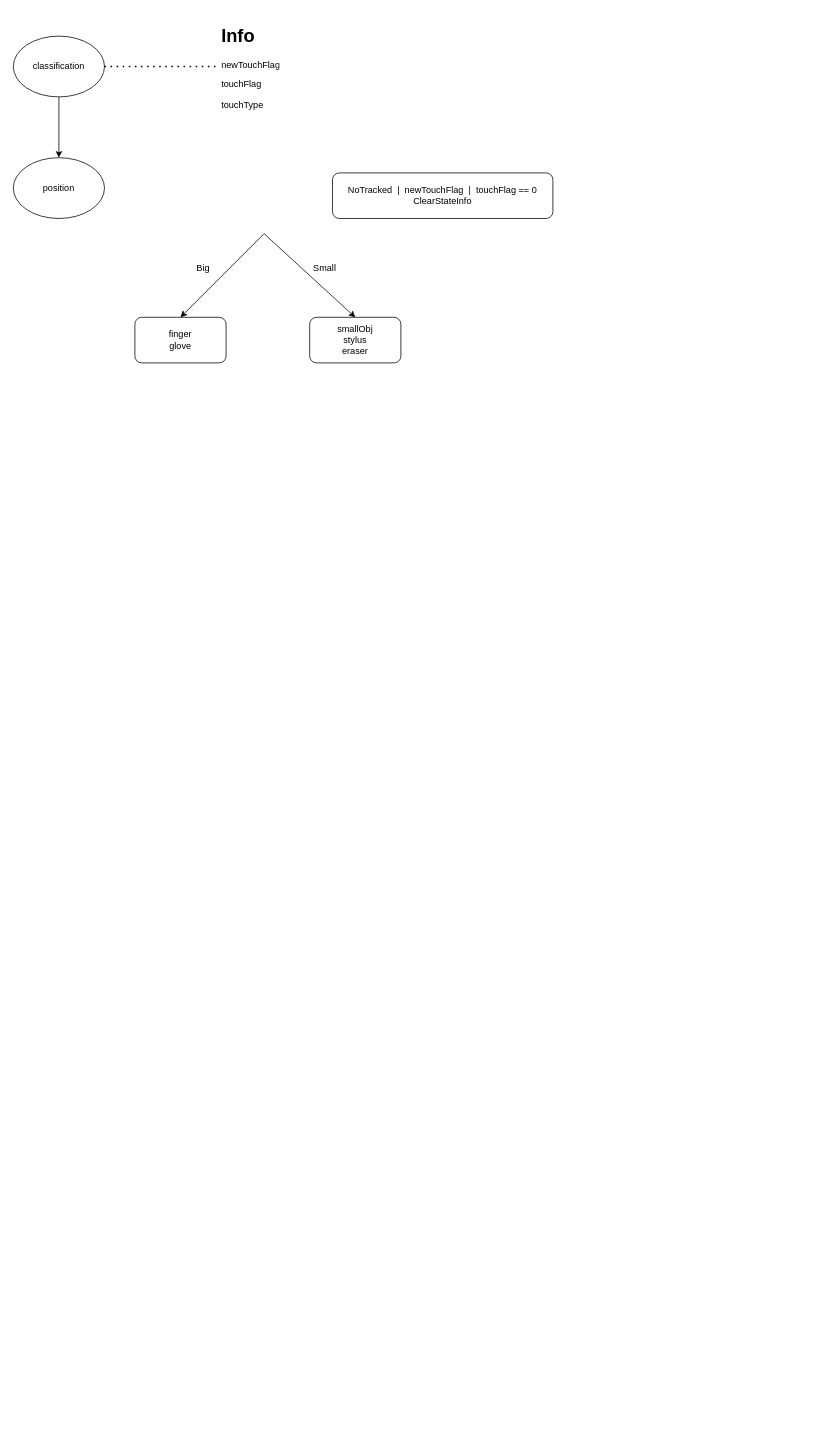
The draw.io diagram CalPostion.drawio in JokerYangJunjie/Hello-World, before the edit. Source tidied: cells renumbered, new cells numbered last; positions are measured from the earlier drawing's top-left corner, leaving out a move shared by most shapes. Both pictures are drawn from the tidied source at 76%, with x=0, y=0 at pixel (13, 21).
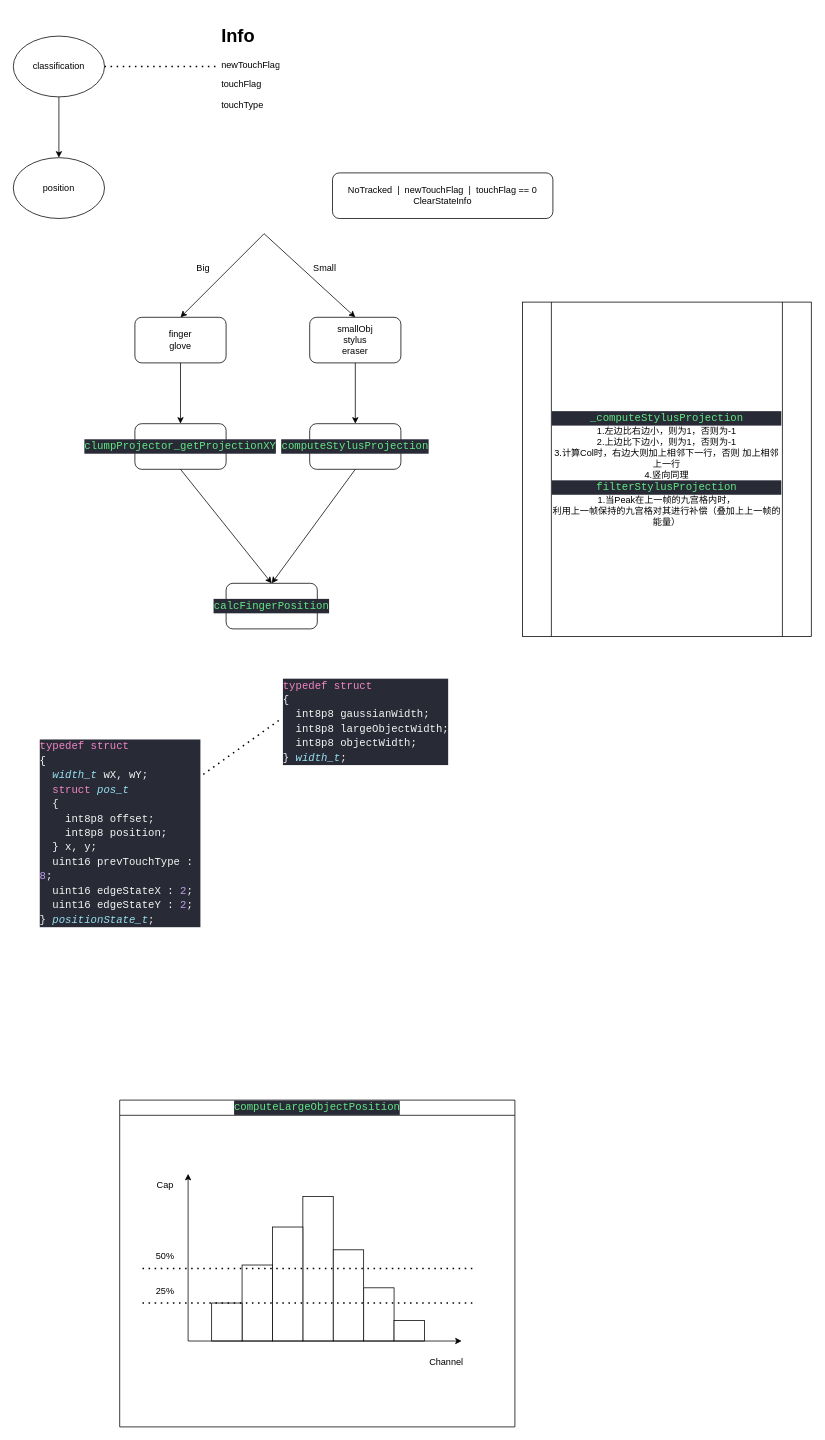
After the change.

The change refers to these unchanged cells:
```xml
<mxCell id="8" value="finger&lt;br&gt;glove" style="rounded=1;whiteSpace=wrap;html=1;" parent="1" vertex="1">
  <mxGeometry x="160" y="390" width="120" height="60" as="geometry" />
</mxCell>
<mxCell id="9" value="smallObj&lt;br&gt;stylus&lt;br&gt;eraser" style="rounded=1;whiteSpace=wrap;html=1;" parent="1" vertex="1">
  <mxGeometry x="390" y="390" width="120" height="60" as="geometry" />
</mxCell>
```

What changed in the source:
```diff
@@
+    <mxCell id="14" value="&lt;div style=&quot;color: rgb(246, 246, 244); background-color: rgb(40, 42, 54); font-family: Consolas, &amp;quot;Courier New&amp;quot;, monospace; font-size: 14px; line-height: 19px;&quot;&gt;&lt;span style=&quot;color: #62e884;&quot;&gt;clumpProjector_getProjectionXY&lt;/span&gt;&lt;/div&gt;" style="rounded=1;whiteSpace=wrap;html=1;" parent="1" vertex="1">
+      <mxGeometry x="160" y="530" width="120" height="60" as="geometry" />
+    </mxCell>
+    <mxCell id="15" value="&lt;div style=&quot;color: rgb(246, 246, 244); background-color: rgb(40, 42, 54); font-family: Consolas, &amp;quot;Courier New&amp;quot;, monospace; font-size: 14px; line-height: 19px;&quot;&gt;&lt;span style=&quot;color: #62e884;&quot;&gt;computeStylusProjection&lt;/span&gt;&lt;/div&gt;" style="rounded=1;whiteSpace=wrap;html=1;" parent="1" vertex="1">
+      <mxGeometry x="390" y="530" width="120" height="60" as="geometry" />
+    </mxCell>
+    <mxCell id="16" style="endArrow=classic;html=1;rounded=0;exitX=0.5;exitY=1;exitDx=0;exitDy=0;" parent="1" edge="1" source="8" target="14">
+      <mxGeometry relative="1" as="geometry" />
+    </mxCell>
+    <mxCell id="17" style="endArrow=classic;html=1;rounded=0;exitX=0.5;exitY=1;exitDx=0;exitDy=0;" parent="1" edge="1" source="9" target="15">
+      <mxGeometry relative="1" as="geometry" />
+    </mxCell>
+    <mxCell id="18" value="&lt;div style=&quot;color: rgb(246, 246, 244); background-color: rgb(40, 42, 54); font-family: Consolas, &amp;quot;Courier New&amp;quot;, monospace; font-size: 14px; line-height: 19px;&quot;&gt;&lt;span style=&quot;color: #62e884;&quot;&gt;calcFingerPosition&lt;/span&gt;&lt;/div&gt;" style="rounded=1;whiteSpace=wrap;html=1;" parent="1" vertex="1">
+      <mxGeometry x="280" y="740" width="120" height="60" as="geometry" />
+    </mxCell>
+    <mxCell id="19" style="endArrow=classic;html=1;rounded=0;exitX=0.5;exitY=1;exitDx=0;exitDy=0;entryX=0.5;entryY=0;entryDx=0;entryDy=0;" parent="1" edge="1" source="14" target="18">
+      <mxGeometry relative="1" as="geometry" />
+    </mxCell>
+    <mxCell id="20" style="endArrow=classic;html=1;rounded=0;exitX=0.5;exitY=1;exitDx=0;exitDy=0;entryX=0.5;entryY=0;entryDx=0;entryDy=0;" parent="1" edge="1" source="15" target="18">
+      <mxGeometry relative="1" as="geometry" />
+    </mxCell>
+    <mxCell id="21" value="&lt;div style=&quot;color: rgb(246, 246, 244); background-color: rgb(40, 42, 54); font-family: Consolas, &amp;quot;Courier New&amp;quot;, monospace; font-size: 14px; line-height: 19px;&quot;&gt;&lt;span style=&quot;color: rgb(98, 232, 132);&quot;&gt;_computeStylusProjection&lt;/span&gt;&lt;br&gt;&lt;/div&gt;1.左边比右边小，则为1，否则为-1&lt;br&gt;2.上边比下边小，则为1，否则为-1&lt;br&gt;3.计算Col时，右边大则加上相邻下一行，否则 加上相邻上一行&lt;br&gt;4.竖向同理&lt;br&gt;&lt;div style=&quot;color: rgb(246, 246, 244); background-color: rgb(40, 42, 54); font-family: Consolas, &amp;quot;Courier New&amp;quot;, monospace; font-size: 14px; line-height: 19px;&quot;&gt;&lt;span style=&quot;color: #62e884;&quot;&gt;filterStylusProjection&lt;/span&gt;&lt;/div&gt;1.当Peak在上一帧的九宫格内时，&lt;br&gt;利用上一帧保持的九宫格对其进行补偿（叠加上上一帧的能量）" style="shape=process;whiteSpace=wrap;html=1;backgroundOutline=1;" parent="1" vertex="1">
+      <mxGeometry x="670" y="370" width="380" height="440" as="geometry" />
+    </mxCell>
+    <mxCell id="22" value="&lt;h1&gt;&lt;div style=&quot;color: rgb(246, 246, 244); background-color: rgb(40, 42, 54); font-family: Consolas, &amp;quot;Courier New&amp;quot;, monospace; font-weight: normal; font-size: 14px; line-height: 19px;&quot;&gt;&lt;div&gt;&lt;span style=&quot;color: #f286c4;&quot;&gt;typedef&lt;/span&gt; &lt;span style=&quot;color: #f286c4;&quot;&gt;struct&lt;/span&gt;&lt;/div&gt;&lt;div&gt;{&lt;/div&gt;&lt;div&gt;&amp;nbsp; &lt;span style=&quot;color: #97e1f1;font-style: italic;&quot;&gt;width_t&lt;/span&gt; wX, wY;&lt;/div&gt;&lt;div&gt;&amp;nbsp; &lt;span style=&quot;color: #f286c4;&quot;&gt;struct&lt;/span&gt; &lt;span style=&quot;color: #97e1f1;font-style: italic;&quot;&gt;pos_t&lt;/span&gt;&lt;/div&gt;&lt;div&gt;&amp;nbsp; {&lt;/div&gt;&lt;div&gt;&amp;nbsp; &amp;nbsp; int8p8 offset;&lt;/div&gt;&lt;div&gt;&amp;nbsp; &amp;nbsp; int8p8 position;&lt;/div&gt;&lt;div&gt;&amp;nbsp; } x, y;&lt;/div&gt;&lt;div&gt;&amp;nbsp; uint16 prevTouchType : &lt;span style=&quot;color: #bf9eee;&quot;&gt;8&lt;/span&gt;;&lt;/div&gt;&lt;div&gt;&amp;nbsp; uint16 edgeStateX : &lt;span style=&quot;color: #bf9eee;&quot;&gt;2&lt;/span&gt;;&lt;/div&gt;&lt;div&gt;&amp;nbsp; uint16 edgeStateY : &lt;span style=&quot;color: #bf9eee;&quot;&gt;2&lt;/span&gt;;&lt;/div&gt;&lt;div&gt;} &lt;span style=&quot;color: #97e1f1;font-style: italic;&quot;&gt;positionState_t&lt;/span&gt;;&lt;/div&gt;&lt;/div&gt;&lt;/h1&gt;" style="text;html=1;strokeColor=none;fillColor=none;spacing=5;spacingTop=-20;whiteSpace=wrap;overflow=hidden;rounded=0;" parent="1" vertex="1">
+      <mxGeometry x="30" y="940" width="220" height="260" as="geometry" />
+    </mxCell>
+    <mxCell id="23" value="&lt;h1&gt;&lt;div style=&quot;color: rgb(246, 246, 244); background-color: rgb(40, 42, 54); font-family: Consolas, &amp;quot;Courier New&amp;quot;, monospace; font-weight: normal; font-size: 14px; line-height: 19px;&quot;&gt;&lt;div&gt;&lt;span style=&quot;color: #f286c4;&quot;&gt;typedef&lt;/span&gt; &lt;span style=&quot;color: #f286c4;&quot;&gt;struct&lt;/span&gt;&lt;/div&gt;&lt;div&gt;{&lt;/div&gt;&lt;div&gt;&amp;nbsp; int8p8 gaussianWidth;&lt;/div&gt;&lt;div&gt;&amp;nbsp; int8p8 largeObjectWidth;&lt;/div&gt;&lt;div&gt;&amp;nbsp; int8p8 objectWidth;&lt;/div&gt;&lt;div&gt;} &lt;span style=&quot;color: #97e1f1;font-style: italic;&quot;&gt;width_t&lt;/span&gt;;&lt;/div&gt;&lt;/div&gt;&lt;/h1&gt;" style="text;html=1;strokeColor=none;fillColor=none;spacing=5;spacingTop=-20;whiteSpace=wrap;overflow=hidden;rounded=0;" parent="1" vertex="1">
+      <mxGeometry x="350" y="860" width="240" height="120" as="geometry" />
+    </mxCell>
+    <mxCell id="24" style="endArrow=none;dashed=1;html=1;dashPattern=1 3;strokeWidth=2;rounded=0;entryX=0;entryY=0.5;entryDx=0;entryDy=0;" parent="1" edge="1" source="22" target="23">
+      <mxGeometry relative="1" as="geometry" />
+    </mxCell>
+    <mxCell id="25" value="&lt;div style=&quot;color: rgb(246, 246, 244); background-color: rgb(40, 42, 54); font-family: Consolas, &amp;quot;Courier New&amp;quot;, monospace; font-weight: normal; font-size: 14px; line-height: 19px;&quot;&gt;&lt;span style=&quot;color: #62e884;&quot;&gt;computeLargeObjectPosition&lt;/span&gt;&lt;/div&gt;" style="swimlane;whiteSpace=wrap;html=1;startSize=20;" parent="1" vertex="1">
+      <mxGeometry x="140" y="1420" width="520" height="430" as="geometry" />
+    </mxCell>
+    <mxCell id="26" style="rounded=0;whiteSpace=wrap;html=1;" parent="25" vertex="1">
+      <mxGeometry x="241" y="127" width="40" height="190" as="geometry" />
+    </mxCell>
+    <mxCell id="27" style="rounded=0;whiteSpace=wrap;html=1;" parent="25" vertex="1">
+      <mxGeometry x="321" y="247" width="40" height="70" as="geometry" />
+    </mxCell>
+    <mxCell id="28" style="rounded=0;whiteSpace=wrap;html=1;" parent="25" vertex="1">
+      <mxGeometry x="281" y="197" width="40" height="120" as="geometry" />
+    </mxCell>
+    <mxCell id="29" style="rounded=0;whiteSpace=wrap;html=1;" parent="25" vertex="1">
+      <mxGeometry x="201" y="167" width="40" height="150" as="geometry" />
+    </mxCell>
+    <mxCell id="30" style="rounded=0;whiteSpace=wrap;html=1;" parent="25" vertex="1">
+      <mxGeometry x="161" y="217" width="40" height="100" as="geometry" />
+    </mxCell>
+    <mxCell id="31" style="rounded=0;whiteSpace=wrap;html=1;" parent="25" vertex="1">
+      <mxGeometry x="121" y="267" width="40" height="50" as="geometry" />
+    </mxCell>
+    <mxCell id="32" value="Cap" style="text;html=1;strokeColor=none;fillColor=none;align=center;verticalAlign=middle;whiteSpace=wrap;rounded=0;" parent="25" vertex="1">
+      <mxGeometry x="30" y="97" width="60" height="30" as="geometry" />
+    </mxCell>
+    <mxCell id="33" value="Channel" style="text;html=1;strokeColor=none;fillColor=none;align=center;verticalAlign=middle;whiteSpace=wrap;rounded=0;" parent="25" vertex="1">
+      <mxGeometry x="400" y="330" width="60" height="30" as="geometry" />
+    </mxCell>
+    <mxCell id="34" style="rounded=0;whiteSpace=wrap;html=1;" parent="25" vertex="1">
+      <mxGeometry x="361" y="290" width="40" height="27" as="geometry" />
+    </mxCell>
+    <mxCell id="35" style="endArrow=none;dashed=1;html=1;dashPattern=1 3;strokeWidth=2;rounded=0;" parent="25" edge="1">
+      <mxGeometry relative="1" as="geometry">
+        <mxPoint x="30" y="221.5" as="sourcePoint" />
+        <mxPoint x="470" y="221.5" as="targetPoint" />
+      </mxGeometry>
+    </mxCell>
+    <mxCell id="36" style="endArrow=none;dashed=1;html=1;dashPattern=1 3;strokeWidth=2;rounded=0;" parent="25" edge="1">
+      <mxGeometry relative="1" as="geometry">
+        <mxPoint x="30" y="267" as="sourcePoint" />
+        <mxPoint x="470" y="267" as="targetPoint" />
+      </mxGeometry>
+    </mxCell>
+    <mxCell id="37" value="50%" style="text;html=1;strokeColor=none;fillColor=none;align=center;verticalAlign=middle;whiteSpace=wrap;rounded=0;" parent="25" vertex="1">
+      <mxGeometry x="30" y="190" width="60" height="30" as="geometry" />
+    </mxCell>
+    <mxCell id="38" value="25%" style="text;html=1;strokeColor=none;fillColor=none;align=center;verticalAlign=middle;whiteSpace=wrap;rounded=0;" parent="25" vertex="1">
+      <mxGeometry x="30" y="237" width="60" height="30" as="geometry" />
+    </mxCell>
+    <mxCell id="39" style="endArrow=classic;html=1;rounded=0;" parent="1" edge="1">
+      <mxGeometry relative="1" as="geometry">
+        <mxPoint x="230" y="1737" as="sourcePoint" />
+        <mxPoint x="590" y="1737" as="targetPoint" />
+      </mxGeometry>
+    </mxCell>
+    <mxCell id="40" style="endArrow=classic;html=1;rounded=0;" parent="1" edge="1">
+      <mxGeometry relative="1" as="geometry">
+        <mxPoint x="230" y="1737" as="sourcePoint" />
+        <mxPoint x="230" y="1517" as="targetPoint" />
+      </mxGeometry>
+    </mxCell>
```
